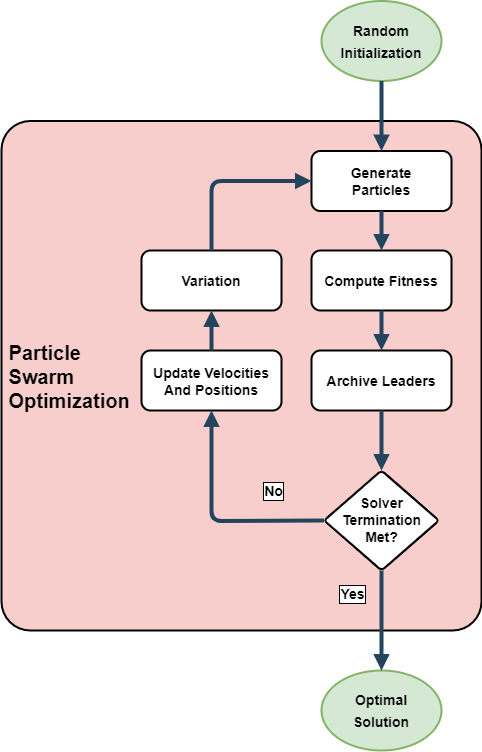
Above: SupportingDocs/Diagrams/Images/PSO.png in MichaelThamm/masters-thesis (draw.io), before the change. Source tidied: cells renumbered, new cells last; positions are measured from the earlier drawing's top-left corner, leaving out a move shared by most shapes. The source it was exported from:
```xml
<mxGraphModel>
  <root>
    <mxCell id="0" />
    <mxCell id="1" parent="0" />
    <mxCell id="2" style="group;" parent="1" vertex="1">
      <mxGeometry y="0.5" width="480" height="749.5" as="geometry" />
    </mxCell>
    <mxCell id="3" value=" Particle&#10; Swarm&#10; Optimization" style="rounded=1;fillColor=#F8CECC;strokeColor=default;shadow=0;gradientColor=none;fontStyle=1;fontColor=#000000;fontSize=20;labelBackgroundColor=none;align=left;arcSize=6;strokeWidth=2;" parent="2" vertex="1">
      <mxGeometry y="120" width="480" height="509.5" as="geometry" />
    </mxCell>
    <mxCell id="4" value="&lt;font style=&quot;font-size: 14px;&quot;&gt;&lt;b&gt;Optimal&lt;br&gt;Solution&lt;/b&gt;&lt;/font&gt;" style="ellipse;whiteSpace=wrap;html=1;rounded=1;shadow=0;labelBackgroundColor=none;fontSize=18;strokeColor=#82b366;strokeWidth=2;fillColor=#d5e8d4;" parent="2" vertex="1">
      <mxGeometry x="320" y="669.5" width="120" height="80" as="geometry" />
    </mxCell>
    <mxCell id="5" style="edgeStyle=elbowEdgeStyle;elbow=vertical;strokeWidth=4;endArrow=block;endFill=1;fontStyle=1;strokeColor=#23445D;exitX=0.5;exitY=1;exitDx=0;exitDy=0;entryX=0.5;entryY=0;entryDx=0;entryDy=0;" parent="2" edge="1" source="10" target="4">
      <mxGeometry x="-48" y="165.5" as="geometry" />
    </mxCell>
    <mxCell id="6" value="&lt;b&gt;Yes&lt;/b&gt;" style="edgeLabel;html=1;align=center;verticalAlign=middle;fontSize=14;fontColor=#000000;labelBorderColor=default;" parent="5" vertex="1">
      <mxGeometry relative="1" as="geometry">
        <mxPoint x="-30" y="-27" as="offset" />
      </mxGeometry>
    </mxCell>
    <mxCell id="7" value="Generate&#10;Particles" style="rounded=1;fillColor=#FFFFFF;strokeColor=default;shadow=0;gradientColor=none;fontStyle=1;fontColor=#000000;fontSize=14;strokeWidth=2;" parent="2" vertex="1">
      <mxGeometry x="310" y="150" width="140" height="60" as="geometry" />
    </mxCell>
    <mxCell id="8" value="Compute Fitness" style="rounded=1;fillColor=#FFFFFF;strokeColor=default;shadow=0;gradientColor=none;fontStyle=1;fontColor=#000000;fontSize=14;strokeWidth=2;" parent="2" vertex="1">
      <mxGeometry x="310" y="249.5" width="140" height="60" as="geometry" />
    </mxCell>
    <mxCell id="9" style="edgeStyle=elbowEdgeStyle;elbow=vertical;strokeWidth=4;endArrow=block;endFill=1;fontStyle=1;strokeColor=#23445D;exitX=0.5;exitY=1;exitDx=0;exitDy=0;entryX=0.5;entryY=0;entryDx=0;entryDy=0;" parent="2" edge="1" source="7" target="8">
      <mxGeometry x="-68" y="145.5" as="geometry" />
    </mxCell>
    <mxCell id="10" value="&lt;b&gt;Solver Termination&lt;br&gt;Met?&lt;br&gt;&lt;/b&gt;" style="rhombus;whiteSpace=wrap;html=1;rounded=1;shadow=0;labelBackgroundColor=none;fontSize=14;fontColor=#000000;strokeColor=default;strokeWidth=2;fillColor=#FFFFFF;arcSize=8;" parent="2" vertex="1">
      <mxGeometry x="322.5" y="469.5" width="115" height="100" as="geometry" />
    </mxCell>
    <mxCell id="11" value="&lt;font style=&quot;font-size: 14px;&quot;&gt;&lt;b&gt;Random Initialization&lt;br&gt;&lt;/b&gt;&lt;/font&gt;" style="ellipse;whiteSpace=wrap;html=1;rounded=1;shadow=0;labelBackgroundColor=none;fontSize=18;strokeColor=#82b366;strokeWidth=2;fillColor=#d5e8d4;" parent="2" vertex="1">
      <mxGeometry x="320" width="120" height="80" as="geometry" />
    </mxCell>
    <mxCell id="12" style="edgeStyle=elbowEdgeStyle;elbow=vertical;strokeWidth=4;endArrow=block;endFill=1;fontStyle=1;strokeColor=#23445D;exitX=0.5;exitY=1;exitDx=0;exitDy=0;entryX=0.5;entryY=0;entryDx=0;entryDy=0;" parent="2" edge="1" source="11" target="7">
      <mxGeometry x="-68" y="145.5" as="geometry" />
    </mxCell>
    <mxCell id="13" value="Variation" style="rounded=1;fillColor=#FFFFFF;strokeColor=default;shadow=0;gradientColor=none;fontStyle=1;fontColor=#000000;fontSize=14;strokeWidth=2;" parent="2" vertex="1">
      <mxGeometry x="140" y="249.5" width="140" height="60" as="geometry" />
    </mxCell>
    <mxCell id="14" style="edgeStyle=elbowEdgeStyle;elbow=vertical;strokeWidth=4;endArrow=block;endFill=1;fontStyle=1;strokeColor=#23445D;exitX=0.5;exitY=0;exitDx=0;exitDy=0;entryX=0;entryY=0.5;entryDx=0;entryDy=0;" parent="2" edge="1" source="13" target="7">
      <mxGeometry x="-38" y="175.5" as="geometry">
        <Array as="points">
          <mxPoint x="250" y="180" />
        </Array>
      </mxGeometry>
    </mxCell>
    <mxCell id="15" value="Archive Leaders" style="rounded=1;fillColor=#FFFFFF;strokeColor=default;shadow=0;gradientColor=none;fontStyle=1;fontColor=#000000;fontSize=14;strokeWidth=2;" parent="2" vertex="1">
      <mxGeometry x="310" y="349.5" width="140" height="60" as="geometry" />
    </mxCell>
    <mxCell id="16" style="edgeStyle=elbowEdgeStyle;elbow=vertical;strokeWidth=4;endArrow=block;endFill=1;fontStyle=1;strokeColor=#23445D;exitX=0.5;exitY=1;exitDx=0;exitDy=0;entryX=0.5;entryY=0;entryDx=0;entryDy=0;" parent="2" edge="1" source="8" target="15">
      <mxGeometry x="-68" y="164.5" as="geometry" />
    </mxCell>
    <mxCell id="17" style="edgeStyle=elbowEdgeStyle;elbow=vertical;strokeWidth=4;endArrow=block;endFill=1;fontStyle=1;strokeColor=#23445D;exitX=0.5;exitY=1;exitDx=0;exitDy=0;entryX=0.5;entryY=0;entryDx=0;entryDy=0;" parent="2" edge="1" source="15" target="10">
      <mxGeometry x="-58" y="174.5" as="geometry">
        <Array as="points">
          <mxPoint x="400" y="449.5" />
        </Array>
      </mxGeometry>
    </mxCell>
    <mxCell id="18" value="Update Velocities&#10;And Positions" style="rounded=1;fillColor=#FFFFFF;strokeColor=default;shadow=0;gradientColor=none;fontStyle=1;fontColor=#000000;fontSize=14;strokeWidth=2;" parent="2" vertex="1">
      <mxGeometry x="140" y="349.5" width="140" height="60" as="geometry" />
    </mxCell>
    <mxCell id="19" style="edgeStyle=elbowEdgeStyle;elbow=vertical;strokeWidth=4;endArrow=block;endFill=1;fontStyle=1;strokeColor=#23445D;exitX=0.5;exitY=0;exitDx=0;exitDy=0;entryX=0.5;entryY=1;entryDx=0;entryDy=0;startArrow=none;" parent="2" edge="1" source="18" target="13">
      <mxGeometry x="-48" y="165.5" as="geometry" />
    </mxCell>
    <mxCell id="20" style="edgeStyle=elbowEdgeStyle;elbow=vertical;strokeWidth=4;endArrow=block;endFill=1;fontStyle=1;strokeColor=#23445D;exitX=0;exitY=0.5;exitDx=0;exitDy=0;entryX=0.5;entryY=1;entryDx=0;entryDy=0;startArrow=none;startFill=0;" parent="2" edge="1" source="10" target="18">
      <mxGeometry x="-48" y="165.5" as="geometry">
        <Array as="points">
          <mxPoint x="260" y="520" />
        </Array>
      </mxGeometry>
    </mxCell>
    <mxCell id="21" value="&lt;b&gt;No&lt;/b&gt;" style="edgeLabel;html=1;align=center;verticalAlign=middle;fontSize=14;fontColor=#000000;labelBorderColor=default;" parent="20" vertex="1">
      <mxGeometry relative="1" as="geometry">
        <mxPoint x="60" y="-30" as="offset" />
      </mxGeometry>
    </mxCell>
  </root>
</mxGraphModel>
```
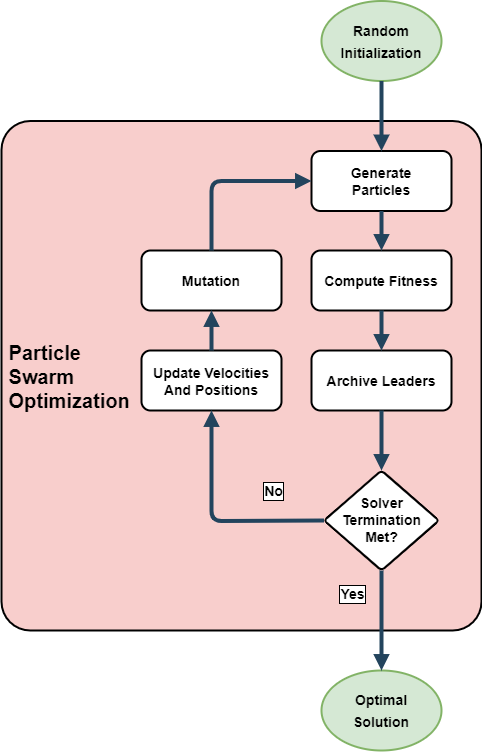
The same file after the commit.

The edit, as a diff of the source:
```diff
@@ -37,7 +37,7 @@
     <mxCell id="12" style="edgeStyle=elbowEdgeStyle;elbow=vertical;strokeWidth=4;endArrow=block;endFill=1;fontStyle=1;strokeColor=#23445D;exitX=0.5;exitY=1;exitDx=0;exitDy=0;entryX=0.5;entryY=0;entryDx=0;entryDy=0;" parent="2" edge="1" source="11" target="7">
       <mxGeometry x="-68" y="145.5" as="geometry" />
     </mxCell>
-    <mxCell id="13" value="Variation" style="rounded=1;fillColor=#FFFFFF;strokeColor=default;shadow=0;gradientColor=none;fontStyle=1;fontColor=#000000;fontSize=14;strokeWidth=2;" parent="2" vertex="1">
+    <mxCell id="13" value="Mutation" style="rounded=1;fillColor=#FFFFFF;strokeColor=default;shadow=0;gradientColor=none;fontStyle=1;fontColor=#000000;fontSize=14;strokeWidth=2;" parent="2" vertex="1">
       <mxGeometry x="140" y="249.5" width="140" height="60" as="geometry" />
     </mxCell>
     <mxCell id="14" style="edgeStyle=elbowEdgeStyle;elbow=vertical;strokeWidth=4;endArrow=block;endFill=1;fontStyle=1;strokeColor=#23445D;exitX=0.5;exitY=0;exitDx=0;exitDy=0;entryX=0;entryY=0.5;entryDx=0;entryDy=0;" parent="2" edge="1" source="13" target="7">
```
